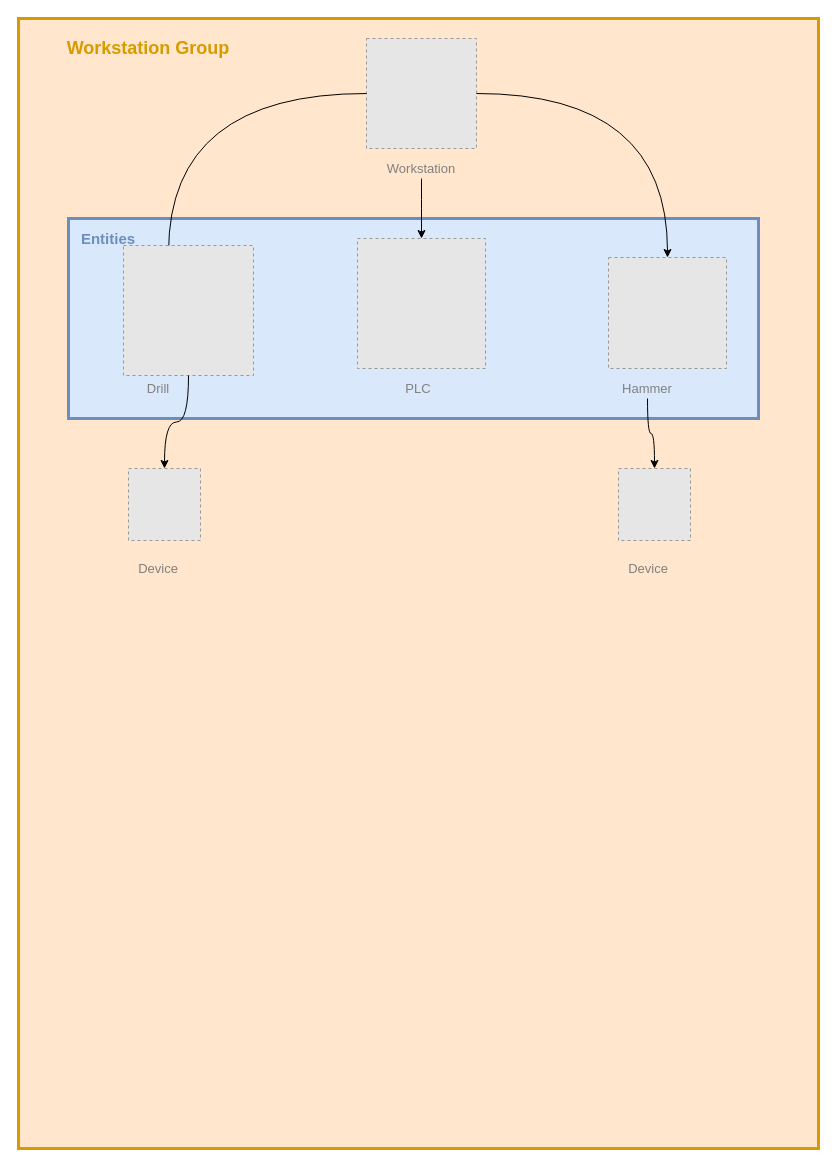
Earlier version of the draw.io diagram page "Hierarchical-Components_LeanDA" (2 of 3) of docs/diagrams/LeanDA-Entity-Relationship-Diagram.drawio (hugoisrr/leanda-system). Source tidied: cells renumbered, new cells numbered last; positions are measured from the earlier drawing's top-left corner, leaving out a move shared by most shapes. Both pictures are drawn from the tidied source at 100%, with x=0, y=0 at pixel (18, 18). Pictures stored in the file or linked from it are replaced by grey dashed boxes.
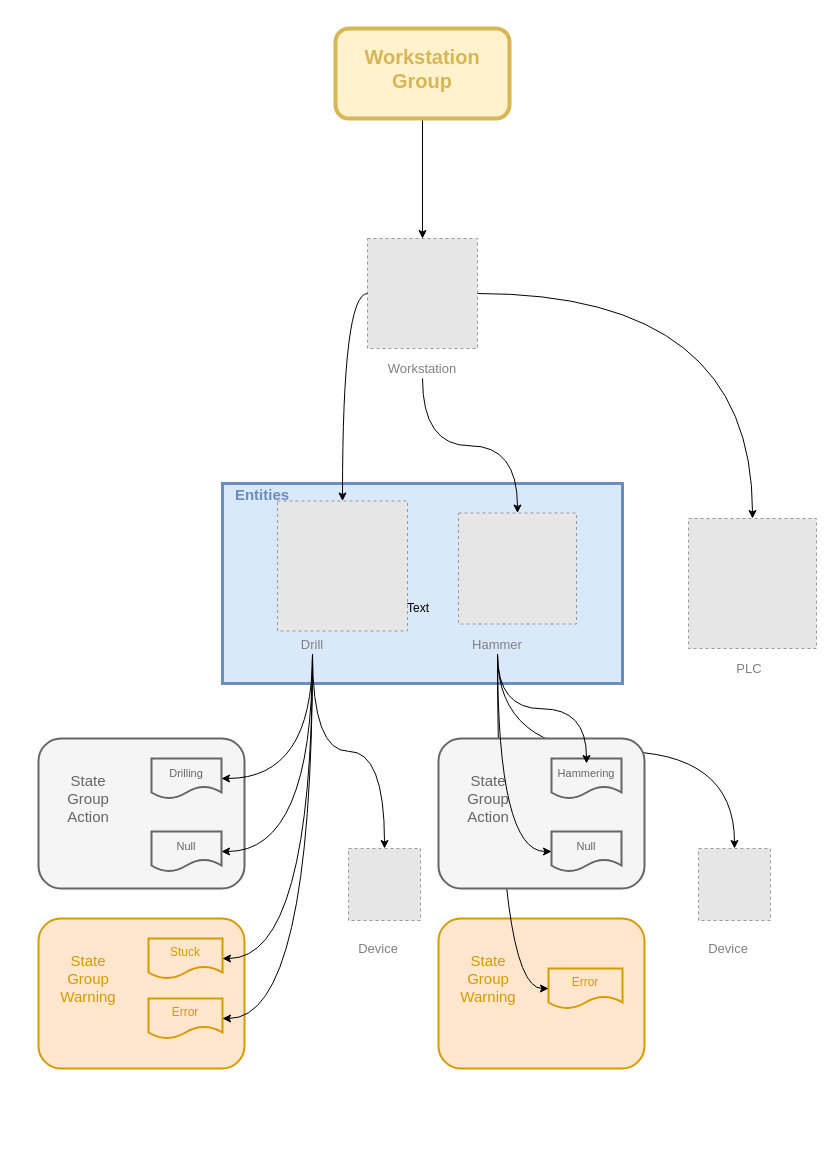
The same diagram, later.

Commit message (it also covers changes not shown here):
Update in Hierachical Components diagram

Unchanged cells that the change refers to:
```xml
<mxCell id="5" style="fillColor=#E6E6E6;strokeColor=#999999;dashed=1;" parent="4" vertex="1">
  <mxGeometry width="110" height="110" as="geometry" />
</mxCell>
<mxCell id="6" value="&lt;font style=&quot;font-size: 13px&quot; color=&quot;#808080&quot;&gt;Workstation&lt;/font&gt;" style="text;html=1;strokeColor=none;fillColor=none;align=center;verticalAlign=middle;whiteSpace=wrap;rounded=0;" parent="4" vertex="1">
  <mxGeometry x="35" y="120" width="40" height="20" as="geometry" />
</mxCell>
<mxCell id="15" style="fillColor=#E6E6E6;strokeColor=#999999;dashed=1;" parent="14" vertex="1">
  <mxGeometry width="72" height="72" as="geometry" />
</mxCell>
<mxCell id="18" style="fillColor=#E6E6E6;strokeColor=#999999;dashed=1;" parent="17" vertex="1">
  <mxGeometry width="72" height="72" as="geometry" />
</mxCell>
<mxCell id="21" value="&lt;font style=&quot;font-size: 13px&quot; color=&quot;#808080&quot;&gt;Drill&lt;/font&gt;" style="text;html=1;strokeColor=none;fillColor=none;align=center;verticalAlign=middle;whiteSpace=wrap;rounded=0;" parent="20" vertex="1">
  <mxGeometry x="15" y="133" width="40" height="20" as="geometry" />
</mxCell>
<mxCell id="22" style="fillColor=#E6E6E6;strokeColor=#999999;dashed=1;" parent="20" vertex="1">
  <mxGeometry width="130" height="130" as="geometry" />
</mxCell>
<mxCell id="25" style="fillColor=#E6E6E6;strokeColor=#999999;dashed=1;" parent="24" vertex="1">
  <mxGeometry width="118" height="111" as="geometry" />
</mxCell>
<mxCell id="26" value="&lt;font style=&quot;font-size: 13px&quot; color=&quot;#808080&quot;&gt;Hammer&lt;/font&gt;" style="text;html=1;strokeColor=none;fillColor=none;align=center;verticalAlign=middle;whiteSpace=wrap;rounded=0;" parent="24" vertex="1">
  <mxGeometry x="19" y="121" width="40" height="20" as="geometry" />
</mxCell>
```

Diff of the diagram source:
```diff
@@
-    <mxCell id="2" style="rounded=0;whiteSpace=wrap;html=1;fillColor=#ffe6cc;strokeColor=#d79b00;strokeWidth=3;" parent="1" vertex="1">
-      <mxGeometry width="800" height="1130" as="geometry" />
-    </mxCell>
-    <mxCell id="3" style="rounded=0;whiteSpace=wrap;html=1;strokeWidth=3;fillColor=#dae8fc;strokeColor=#6c8ebf;" parent="1" vertex="1">
-      <mxGeometry x="50" y="200" width="690" height="200" as="geometry" />
-    </mxCell>
+    <mxCell id="28" style="rounded=1;whiteSpace=wrap;html=1;strokeWidth=2;fillColor=#ffe6cc;strokeColor=#d79b00;" parent="1" vertex="1">
+      <mxGeometry x="420" y="900" width="206" height="150" as="geometry" />
+    </mxCell>
     <mxCell id="4" style="group;" parent="1" vertex="1">
-      <mxGeometry x="348" y="20" width="110" height="140" as="geometry" />
+      <mxGeometry x="349" y="220" width="110" height="140" as="geometry" />
     </mxCell>
@@
-    <mxCell id="7" value="&lt;font style=&quot;font-size: 18px&quot; color=&quot;#d79b00&quot;&gt;&lt;b&gt;Workstation Group&lt;/b&gt;&lt;/font&gt;" style="text;html=1;strokeColor=none;fillColor=none;align=center;verticalAlign=middle;whiteSpace=wrap;rounded=0;" parent="1" vertex="1">
-      <mxGeometry x="40" y="20" width="180" height="20" as="geometry" />
-    </mxCell>
-    <mxCell id="8" style="fillColor=#E6E6E6;strokeColor=#999999;dashed=1;" parent="1" vertex="1">
-      <mxGeometry x="339" y="220" width="128" height="130" as="geometry" />
-    </mxCell>
-    <mxCell id="9" value="&lt;b&gt;&lt;font style=&quot;font-size: 15px&quot; color=&quot;#6c8ebf&quot;&gt;Entities&lt;/font&gt;&lt;/b&gt;" style="text;html=1;strokeColor=none;fillColor=none;align=center;verticalAlign=middle;whiteSpace=wrap;rounded=0;" parent="1" vertex="1">
-      <mxGeometry x="70" y="210" width="40" height="20" as="geometry" />
-    </mxCell>
-    <mxCell id="10" style="edgeStyle=orthogonalEdgeStyle;jettySize=auto;html=1;curved=1;exitX=0;exitY=0.5;exitDx=0;exitDy=0;" parent="1" edge="1" source="5">
-      <mxGeometry relative="1" as="geometry">
-        <mxPoint x="150" y="240" as="targetPoint" />
-      </mxGeometry>
-    </mxCell>
-    <mxCell id="11" style="edgeStyle=orthogonalEdgeStyle;curved=1;jettySize=auto;html=1;" parent="1" edge="1" source="5" target="25">
-      <mxGeometry relative="1" as="geometry" />
-    </mxCell>
-    <mxCell id="12" style="edgeStyle=orthogonalEdgeStyle;curved=1;jettySize=auto;html=1;" parent="1" edge="1" source="6" target="8">
+    <mxCell id="12" style="edgeStyle=orthogonalEdgeStyle;curved=1;jettySize=auto;html=1;exitX=1;exitY=0.5;exitDx=0;exitDy=0;" parent="1" edge="1" source="5" target="8">
       <mxGeometry relative="1" as="geometry" />
     </mxCell>
-    <mxCell id="13" value="&lt;font style=&quot;font-size: 13px&quot; color=&quot;#808080&quot;&gt;PLC&lt;/font&gt;" style="text;html=1;strokeColor=none;fillColor=none;align=center;verticalAlign=middle;whiteSpace=wrap;rounded=0;" parent="1" vertex="1">
-      <mxGeometry x="380" y="360" width="40" height="20" as="geometry" />
-    </mxCell>
     <mxCell id="14" style="group;" parent="1" vertex="1">
-      <mxGeometry x="110" y="450" width="72" height="110" as="geometry" />
+      <mxGeometry x="330" y="830" width="72" height="110" as="geometry" />
     </mxCell>
@@
     <mxCell id="17" style="group;" parent="1" vertex="1">
-      <mxGeometry x="600" y="450" width="72" height="110" as="geometry" />
+      <mxGeometry x="680" y="830" width="72" height="110" as="geometry" />
     </mxCell>
@@
+    <mxCell id="29" style="group;" parent="1" vertex="1">
+      <mxGeometry x="670" y="500" width="128" height="160" as="geometry" />
+    </mxCell>
+    <mxCell id="8" style="fillColor=#E6E6E6;strokeColor=#999999;dashed=1;" parent="29" vertex="1">
+      <mxGeometry width="128" height="130" as="geometry" />
+    </mxCell>
+    <mxCell id="13" value="&lt;font style=&quot;font-size: 13px&quot; color=&quot;#808080&quot;&gt;PLC&lt;/font&gt;" style="text;html=1;strokeColor=none;fillColor=none;align=center;verticalAlign=middle;whiteSpace=wrap;rounded=0;" parent="29" vertex="1">
+      <mxGeometry x="41" y="140" width="40" height="20" as="geometry" />
+    </mxCell>
+    <mxCell id="30" style="group;" parent="1" vertex="1">
+      <mxGeometry x="204" y="465" width="400" height="200" as="geometry" />
+    </mxCell>
+    <mxCell id="3" style="rounded=0;whiteSpace=wrap;html=1;strokeWidth=3;fillColor=#dae8fc;strokeColor=#6c8ebf;" parent="30" vertex="1">
+      <mxGeometry width="400" height="200" as="geometry" />
+    </mxCell>
+    <mxCell id="9" value="&lt;b&gt;&lt;font style=&quot;font-size: 15px&quot; color=&quot;#6c8ebf&quot;&gt;Entities&lt;/font&gt;&lt;/b&gt;" style="text;html=1;strokeColor=none;fillColor=none;align=center;verticalAlign=middle;whiteSpace=wrap;rounded=0;" parent="30" vertex="1">
+      <mxGeometry x="20" y="0.5" width="40" height="20" as="geometry" />
+    </mxCell>
-    <mxCell id="20" style="group;" parent="1" vertex="1">
-      <mxGeometry x="105" y="227" width="130" height="153" as="geometry" />
+    <mxCell id="20" style="group;" parent="30" vertex="1">
+      <mxGeometry x="55" y="17.5" width="130" height="153" as="geometry" />
     </mxCell>
@@
-    <mxCell id="23" style="edgeStyle=orthogonalEdgeStyle;curved=1;jettySize=auto;html=1;" parent="1" edge="1" source="22" target="15">
-      <mxGeometry relative="1" as="geometry" />
-    </mxCell>
-    <mxCell id="24" style="group;" parent="1" vertex="1">
-      <mxGeometry x="590" y="239" width="118" height="141" as="geometry" />
+    <mxCell id="24" style="group;" parent="30" vertex="1">
+      <mxGeometry x="236" y="29.5" width="118" height="141" as="geometry" />
     </mxCell>
@@
-    <mxCell id="27" style="edgeStyle=orthogonalEdgeStyle;curved=1;jettySize=auto;html=1;" parent="1" edge="1" source="26" target="18">
+    <mxCell id="27" style="edgeStyle=orthogonalEdgeStyle;curved=1;jettySize=auto;html=1;exitX=0.5;exitY=1;exitDx=0;exitDy=0;" parent="1" edge="1" source="26" target="18">
       <mxGeometry relative="1" as="geometry" />
     </mxCell>
+    <mxCell id="23" style="edgeStyle=orthogonalEdgeStyle;curved=1;jettySize=auto;html=1;exitX=0.5;exitY=1;exitDx=0;exitDy=0;" parent="1" edge="1" source="21" target="15">
+      <mxGeometry relative="1" as="geometry" />
+    </mxCell>
+    <mxCell id="10" style="edgeStyle=orthogonalEdgeStyle;jettySize=auto;html=1;curved=1;exitX=0;exitY=0.5;exitDx=0;exitDy=0;" parent="1" edge="1" source="5" target="22">
+      <mxGeometry relative="1" as="geometry" />
+    </mxCell>
+    <mxCell id="31" style="edgeStyle=orthogonalEdgeStyle;rounded=0;jettySize=auto;html=1;" parent="1" edge="1" source="32" target="5">
+      <mxGeometry relative="1" as="geometry" />
+    </mxCell>
+    <mxCell id="32" style="rounded=1;whiteSpace=wrap;html=1;fillColor=#fff2cc;strokeColor=#d6b656;strokeWidth=4;" parent="1" vertex="1">
+      <mxGeometry x="317" y="10" width="174" height="90" as="geometry" />
+    </mxCell>
+    <mxCell id="7" value="&lt;b&gt;&lt;font style=&quot;font-size: 20px&quot; color=&quot;#d6b656&quot;&gt;Workstation Group&lt;/font&gt;&lt;/b&gt;" style="text;html=1;strokeColor=none;fillColor=none;align=center;verticalAlign=middle;whiteSpace=wrap;rounded=0;" parent="1" vertex="1">
+      <mxGeometry x="384" y="40" width="40" height="20" as="geometry" />
+    </mxCell>
+    <mxCell id="33" style="edgeStyle=orthogonalEdgeStyle;jettySize=auto;html=1;curved=1;exitX=0.5;exitY=1;exitDx=0;exitDy=0;" parent="1" edge="1" source="6" target="25">
+      <mxGeometry relative="1" as="geometry" />
+    </mxCell>
+    <mxCell id="34" value="Text" style="text;html=1;strokeColor=none;fillColor=none;align=center;verticalAlign=middle;whiteSpace=wrap;rounded=0;" parent="1" vertex="1">
+      <mxGeometry x="380" y="580" width="40" height="20" as="geometry" />
+    </mxCell>
+    <mxCell id="35" style="group;" parent="1" vertex="1">
+      <mxGeometry x="20" y="720" width="206" height="150" as="geometry" />
+    </mxCell>
+    <mxCell id="36" style="rounded=1;whiteSpace=wrap;html=1;strokeWidth=2;fillColor=#f5f5f5;strokeColor=#666666;fontColor=#333333;" parent="35" vertex="1">
+      <mxGeometry width="206" height="150" as="geometry" />
+    </mxCell>
+    <mxCell id="37" value="&lt;font color=&quot;#666666&quot; style=&quot;font-size: 15px&quot;&gt;State Group Action&lt;/font&gt;" style="text;html=1;strokeColor=none;fillColor=none;align=center;verticalAlign=middle;whiteSpace=wrap;rounded=0;" parent="35" vertex="1">
+      <mxGeometry x="30" y="50" width="40" height="20" as="geometry" />
+    </mxCell>
+    <mxCell id="38" style="group;" parent="35" vertex="1">
+      <mxGeometry x="113" y="93" width="70" height="40" as="geometry" />
+    </mxCell>
+    <mxCell id="39" style="group;" parent="38" vertex="1">
+      <mxGeometry width="70" height="40" as="geometry" />
+    </mxCell>
+    <mxCell id="40" style="group;" parent="39" vertex="1">
+      <mxGeometry width="70" height="40" as="geometry" />
+    </mxCell>
+    <mxCell id="41" style="shape=document;whiteSpace=wrap;html=1;boundedLbl=1;strokeWidth=2;fillColor=#f5f5f5;strokeColor=#666666;fontColor=#333333;" parent="40" vertex="1">
+      <mxGeometry width="70" height="40" as="geometry" />
+    </mxCell>
+    <mxCell id="42" value="&lt;font style=&quot;font-size: 11px&quot; color=&quot;#666666&quot;&gt;Null&lt;/font&gt;" style="text;html=1;strokeColor=none;fillColor=none;align=center;verticalAlign=middle;whiteSpace=wrap;rounded=0;" parent="40" vertex="1">
+      <mxGeometry x="15" y="5" width="40" height="20" as="geometry" />
+    </mxCell>
+    <mxCell id="43" style="group;" parent="35" vertex="1">
+      <mxGeometry x="113" y="20" width="70" height="40" as="geometry" />
+    </mxCell>
+    <mxCell id="44" style="group;" parent="43" vertex="1">
+      <mxGeometry width="70" height="40" as="geometry" />
+    </mxCell>
+    <mxCell id="45" style="group;" parent="44" vertex="1">
+      <mxGeometry width="70" height="40" as="geometry" />
+    </mxCell>
+    <mxCell id="46" style="shape=document;whiteSpace=wrap;html=1;boundedLbl=1;strokeWidth=2;fillColor=#f5f5f5;strokeColor=#666666;fontColor=#333333;" parent="45" vertex="1">
+      <mxGeometry width="70" height="40" as="geometry" />
+    </mxCell>
+    <mxCell id="47" value="&lt;font style=&quot;font-size: 11px&quot; color=&quot;#666666&quot;&gt;Drilling&lt;/font&gt;" style="text;html=1;strokeColor=none;fillColor=none;align=center;verticalAlign=middle;whiteSpace=wrap;rounded=0;" parent="45" vertex="1">
+      <mxGeometry x="15" y="5" width="40" height="20" as="geometry" />
+    </mxCell>
+    <mxCell id="48" style="edgeStyle=orthogonalEdgeStyle;curved=1;jettySize=auto;html=1;entryX=1;entryY=0.5;entryDx=0;entryDy=0;exitX=0.5;exitY=1;exitDx=0;exitDy=0;" parent="1" edge="1" source="21" target="46">
+      <mxGeometry relative="1" as="geometry" />
+    </mxCell>
+    <mxCell id="49" style="edgeStyle=orthogonalEdgeStyle;curved=1;jettySize=auto;html=1;entryX=1;entryY=0.5;entryDx=0;entryDy=0;exitX=0.5;exitY=1;exitDx=0;exitDy=0;" parent="1" edge="1" source="21" target="41">
+      <mxGeometry relative="1" as="geometry" />
+    </mxCell>
+    <mxCell id="50" style="rounded=1;whiteSpace=wrap;html=1;strokeWidth=2;fillColor=#ffe6cc;strokeColor=#d79b00;" parent="1" vertex="1">
+      <mxGeometry x="20" y="900" width="206" height="150" as="geometry" />
+    </mxCell>
+    <mxCell id="51" value="&lt;font style=&quot;font-size: 15px&quot; color=&quot;#d79b00&quot;&gt;State Group Warning&lt;/font&gt;" style="text;html=1;strokeColor=none;fillColor=none;align=center;verticalAlign=middle;whiteSpace=wrap;rounded=0;" parent="1" vertex="1">
+      <mxGeometry x="50" y="950" width="40" height="20" as="geometry" />
+    </mxCell>
+    <mxCell id="52" value="&lt;font color=&quot;#d79b00&quot;&gt;Stuck&lt;/font&gt;" style="shape=document;whiteSpace=wrap;html=1;boundedLbl=1;strokeWidth=2;fillColor=#ffe6cc;strokeColor=#d79b00;" parent="1" vertex="1">
+      <mxGeometry x="130" y="920" width="74" height="40" as="geometry" />
+    </mxCell>
+    <mxCell id="53" value="&lt;font color=&quot;#d79b00&quot;&gt;Error&lt;/font&gt;" style="shape=document;whiteSpace=wrap;html=1;boundedLbl=1;strokeWidth=2;fillColor=#ffe6cc;strokeColor=#d79b00;" parent="1" vertex="1">
+      <mxGeometry x="130" y="980" width="74" height="40" as="geometry" />
+    </mxCell>
+    <mxCell id="54" style="edgeStyle=orthogonalEdgeStyle;curved=1;jettySize=auto;html=1;entryX=1;entryY=0.5;entryDx=0;entryDy=0;exitX=0.5;exitY=1;exitDx=0;exitDy=0;" parent="1" edge="1" source="21" target="52">
+      <mxGeometry relative="1" as="geometry" />
+    </mxCell>
+    <mxCell id="55" style="edgeStyle=orthogonalEdgeStyle;curved=1;jettySize=auto;html=1;entryX=1;entryY=0.5;entryDx=0;entryDy=0;exitX=0.5;exitY=1;exitDx=0;exitDy=0;" parent="1" edge="1" source="21" target="53">
+      <mxGeometry relative="1" as="geometry" />
+    </mxCell>
+    <mxCell id="56" value="&lt;font style=&quot;font-size: 15px&quot; color=&quot;#d79b00&quot;&gt;State Group Warning&lt;/font&gt;" style="text;html=1;strokeColor=none;fillColor=none;align=center;verticalAlign=middle;whiteSpace=wrap;rounded=0;" parent="1" vertex="1">
+      <mxGeometry x="450" y="950" width="40" height="20" as="geometry" />
+    </mxCell>
+    <mxCell id="57" value="&lt;font color=&quot;#d79b00&quot;&gt;Error&lt;/font&gt;" style="shape=document;whiteSpace=wrap;html=1;boundedLbl=1;strokeWidth=2;fillColor=#ffe6cc;strokeColor=#d79b00;" parent="1" vertex="1">
+      <mxGeometry x="530" y="950" width="74" height="40" as="geometry" />
+    </mxCell>
+    <mxCell id="58" style="edgeStyle=orthogonalEdgeStyle;curved=1;jettySize=auto;html=1;entryX=0;entryY=0.5;entryDx=0;entryDy=0;exitX=0.5;exitY=1;exitDx=0;exitDy=0;" parent="1" edge="1" source="26" target="57">
+      <mxGeometry relative="1" as="geometry" />
+    </mxCell>
+    <mxCell id="59" style="group;" parent="1" vertex="1">
+      <mxGeometry x="420" y="720" width="206" height="150" as="geometry" />
+    </mxCell>
+    <mxCell id="60" style="rounded=1;whiteSpace=wrap;html=1;strokeWidth=2;fillColor=#f5f5f5;strokeColor=#666666;fontColor=#333333;" parent="59" vertex="1">
+      <mxGeometry width="206" height="150" as="geometry" />
+    </mxCell>
+    <mxCell id="61" value="&lt;font color=&quot;#666666&quot; style=&quot;font-size: 15px&quot;&gt;State Group Action&lt;/font&gt;" style="text;html=1;strokeColor=none;fillColor=none;align=center;verticalAlign=middle;whiteSpace=wrap;rounded=0;" parent="59" vertex="1">
+      <mxGeometry x="30" y="50" width="40" height="20" as="geometry" />
+    </mxCell>
+    <mxCell id="62" style="group;" parent="59" vertex="1">
+      <mxGeometry x="113" y="93" width="70" height="40" as="geometry" />
+    </mxCell>
+    <mxCell id="63" style="group;" parent="62" vertex="1">
+      <mxGeometry width="70" height="40" as="geometry" />
+    </mxCell>
+    <mxCell id="64" style="group;" parent="63" vertex="1">
+      <mxGeometry width="70" height="40" as="geometry" />
+    </mxCell>
+    <mxCell id="65" style="shape=document;whiteSpace=wrap;html=1;boundedLbl=1;strokeWidth=2;fillColor=#f5f5f5;strokeColor=#666666;fontColor=#333333;" parent="64" vertex="1">
+      <mxGeometry width="70" height="40" as="geometry" />
+    </mxCell>
+    <mxCell id="66" value="&lt;font style=&quot;font-size: 11px&quot; color=&quot;#666666&quot;&gt;Null&lt;/font&gt;" style="text;html=1;strokeColor=none;fillColor=none;align=center;verticalAlign=middle;whiteSpace=wrap;rounded=0;" parent="64" vertex="1">
+      <mxGeometry x="15" y="5" width="40" height="20" as="geometry" />
+    </mxCell>
+    <mxCell id="67" style="group;" parent="59" vertex="1">
+      <mxGeometry x="113" y="20" width="70" height="40" as="geometry" />
+    </mxCell>
+    <mxCell id="68" style="group;" parent="67" vertex="1">
+      <mxGeometry width="70" height="40" as="geometry" />
+    </mxCell>
+    <mxCell id="69" style="group;" parent="68" vertex="1">
+      <mxGeometry width="70" height="40" as="geometry" />
+    </mxCell>
+    <mxCell id="70" style="shape=document;whiteSpace=wrap;html=1;boundedLbl=1;strokeWidth=2;fillColor=#f5f5f5;strokeColor=#666666;fontColor=#333333;" parent="69" vertex="1">
+      <mxGeometry width="70" height="40" as="geometry" />
+    </mxCell>
+    <mxCell id="71" value="&lt;font style=&quot;font-size: 11px&quot; color=&quot;#666666&quot;&gt;Hammering&lt;/font&gt;" style="text;html=1;strokeColor=none;fillColor=none;align=center;verticalAlign=middle;whiteSpace=wrap;rounded=0;" parent="69" vertex="1">
+      <mxGeometry x="15" y="5" width="40" height="20" as="geometry" />
+    </mxCell>
+    <mxCell id="72" style="edgeStyle=orthogonalEdgeStyle;curved=1;jettySize=auto;html=1;entryX=0;entryY=0.5;entryDx=0;entryDy=0;exitX=0.5;exitY=1;exitDx=0;exitDy=0;" parent="1" edge="1" source="26" target="65">
+      <mxGeometry relative="1" as="geometry" />
+    </mxCell>
+    <mxCell id="73" style="edgeStyle=orthogonalEdgeStyle;curved=1;jettySize=auto;html=1;entryX=0.5;entryY=0;entryDx=0;entryDy=0;exitX=0.5;exitY=1;exitDx=0;exitDy=0;" parent="1" edge="1" source="26" target="71">
+      <mxGeometry relative="1" as="geometry" />
+    </mxCell>
```
